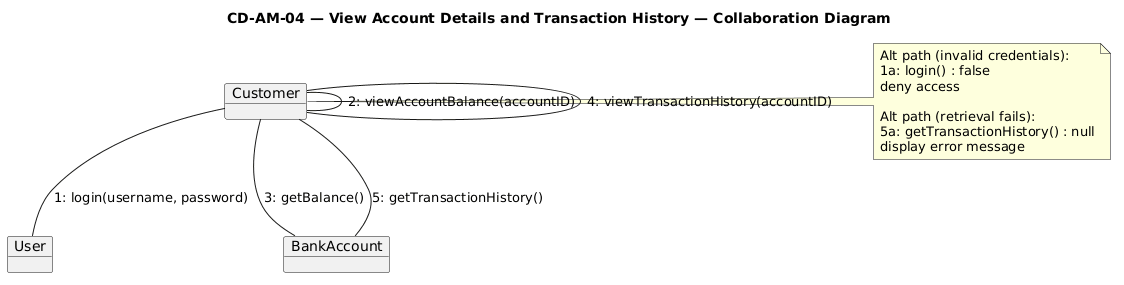
erindkotobelli12/BankManagementSystem keeps this PlantUML diagram as Diagrams/Collaboration Diagrams/CD_AM04.png. Above is the earlier version.
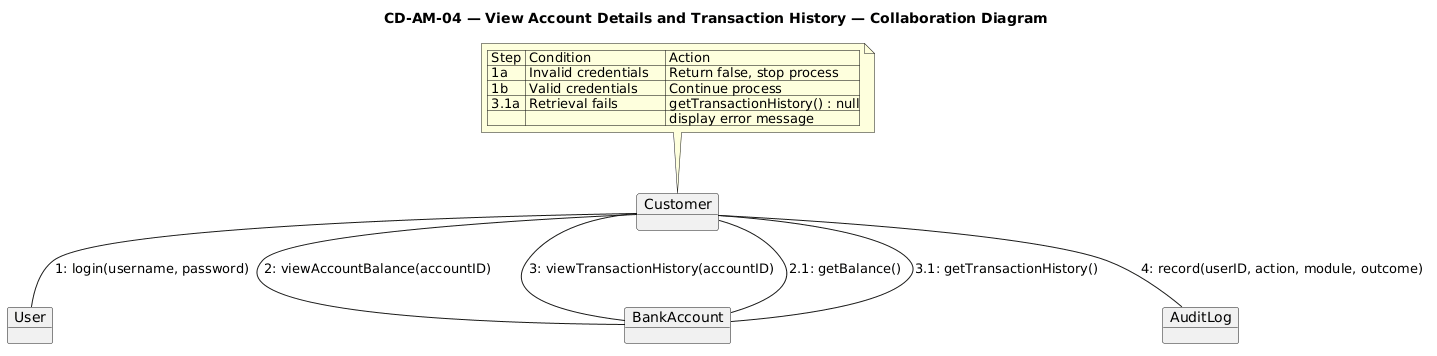
The same diagram one commit later.

Diff of the diagram source:
```diff
@@ -4,20 +4,22 @@
 object Customer
 object User
 object BankAccount
+object AuditLog
 
-Customer -- User        : "1: login(username, password)"
-Customer -- Customer    : "2: viewAccountBalance(accountID)"
-Customer -- BankAccount : "3: getBalance()"
-Customer -- Customer    : "4: viewTransactionHistory(accountID)"
-Customer -- BankAccount : "5: getTransactionHistory()"
+Customer -- User : 1: login(username, password)
+Customer -- BankAccount : 2: viewAccountBalance(accountID)
+BankAccount -- Customer : 2.1: getBalance()
 
-note right of Customer
-Alt path (invalid credentials):
-1a: login() : false
-deny access
+Customer -- BankAccount : 3: viewTransactionHistory(accountID)
+BankAccount -- Customer : 3.1: getTransactionHistory()
 
-Alt path (retrieval fails):
-5a: getTransactionHistory() : null
-display error message
+Customer -- AuditLog : 4: record(userID, action, module, outcome)
+
+note top of Customer
+| Step | Condition              | Action                        |
+| 1a   | Invalid credentials    | Return false, stop process    |
+| 1b   | Valid credentials      | Continue process              |
+| 3.1a | Retrieval fails        | getTransactionHistory() : null|
+|      |                        | display error message         |
 end note
 @enduml
```
